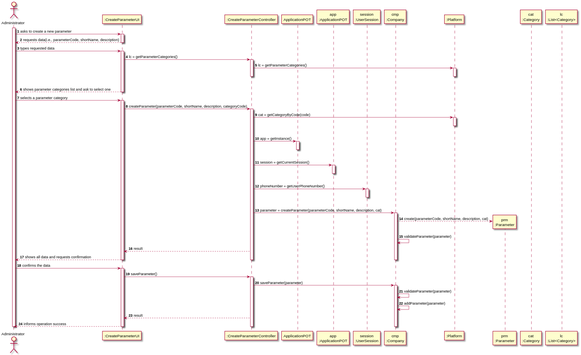
This is docs/SprintB/US_10/US010_SD.svg from ana-albergaria/LAPR2-ISEP, a PlantUML export, as it was before one commit. Source of this version:
```plantuml
@startuml
autonumber
actor "Administrator" as ADM

participant ":CreateParameterUI" as UI
participant ":CreateParameterController" as CTRL
participant "ApplicationPOT" as _APP
participant "app\n:ApplicationPOT" as APP
participant "session\n:UserSession" as SESSION
participant "cmp\n:Company" as CMP
participant ":Platform" as PLAT
participant "prm\n:Parameter" as PRM
participant "cat\n:Category" as CAT
participant "lc\n:List<Category>" as LIST_CAT

activate ADM
ADM -> UI : asks to create a new parameter
activate UI
UI --> ADM : requests data(i.e., parameterCode, shortName, description)
deactivate UI

ADM -> UI : types requested data
activate UI

UI -> CTRL : lc = getParameterCategories()
activate CTRL

CTRL -> PLAT : lc = getParameterCategories()
activate PLAT
|||
deactivate PLAT
deactivate CTRL

UI --> ADM : shows parameter categories list and ask to select one
deactivate PLAT
deactivate UI

ADM -> UI : selects a parameter category
activate UI

UI -> CTRL : createParameter(parameterCode, shortName, description, categoryCode)
activate CTRL

CTRL -> PLAT : cat = getCategoryByCode(code)
activate PLAT
|||
deactivate PLAT

CTRL -> _APP: app = getInstance()
activate _APP
|||
deactivate _APP

CTRL -> APP: session = getCurrentSession()
activate APP
|||
deactivate APP

CTRL -> SESSION: phoneNumber = getUserPhoneNumber()
activate SESSION
|||
deactivate SESSION

CTRL -> CMP: parameter = createParameter(parameterCode, shortName, description, cat)
activate CMP

CMP --> PRM**: create(parameterCode, shortName, description, cat)
CMP -> CMP: validateParameter(parameter)

CTRL --> UI: result

UI --> ADM: shows all data and requests confirmation
deactivate CMP
deactivate PLAT
deactivate CTRL
deactivate UI

ADM -> UI : confirms the data
activate UI
UI -> CTRL : saveParameter()
activate CTRL

CTRL -> CMP : saveParameter(parameter)
activate CMP

CMP -> CMP: validateParameter(parameter)
CMP -> CMP: addParameter(parameter)

CTRL --> UI: result

UI --> ADM : informs operation success
deactivate CMP
deactivate CTRL
deactivate UI

deactivate ADM

@enduml
```
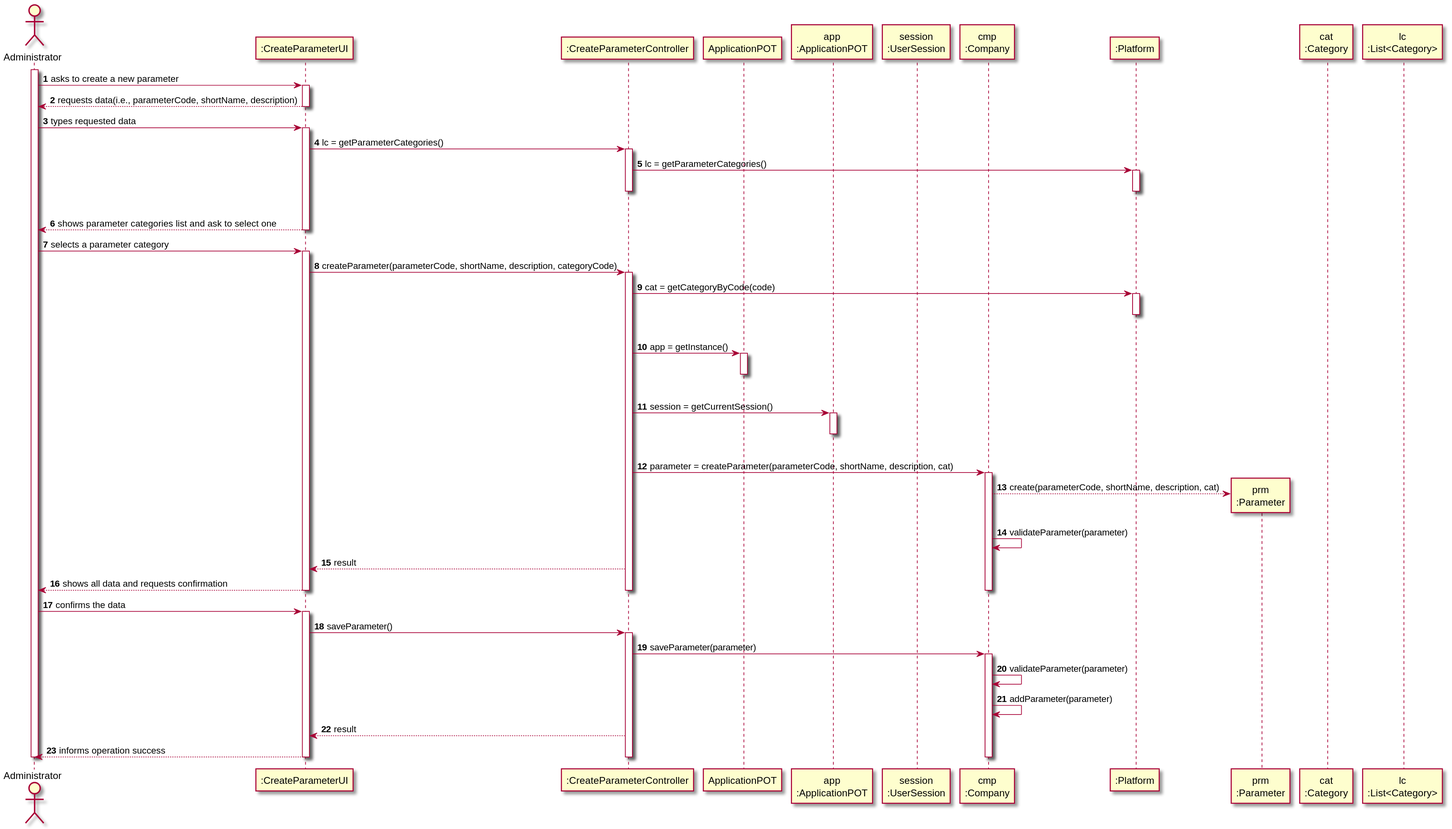
After the change.

Diff of the diagram source:
```diff
@@ -56,11 +56,6 @@
 |||
 deactivate APP
 
-CTRL -> SESSION: phoneNumber = getUserPhoneNumber()
-activate SESSION
-|||
-deactivate SESSION
-
 CTRL -> CMP: parameter = createParameter(parameterCode, shortName, description, cat)
 activate CMP
 
```
